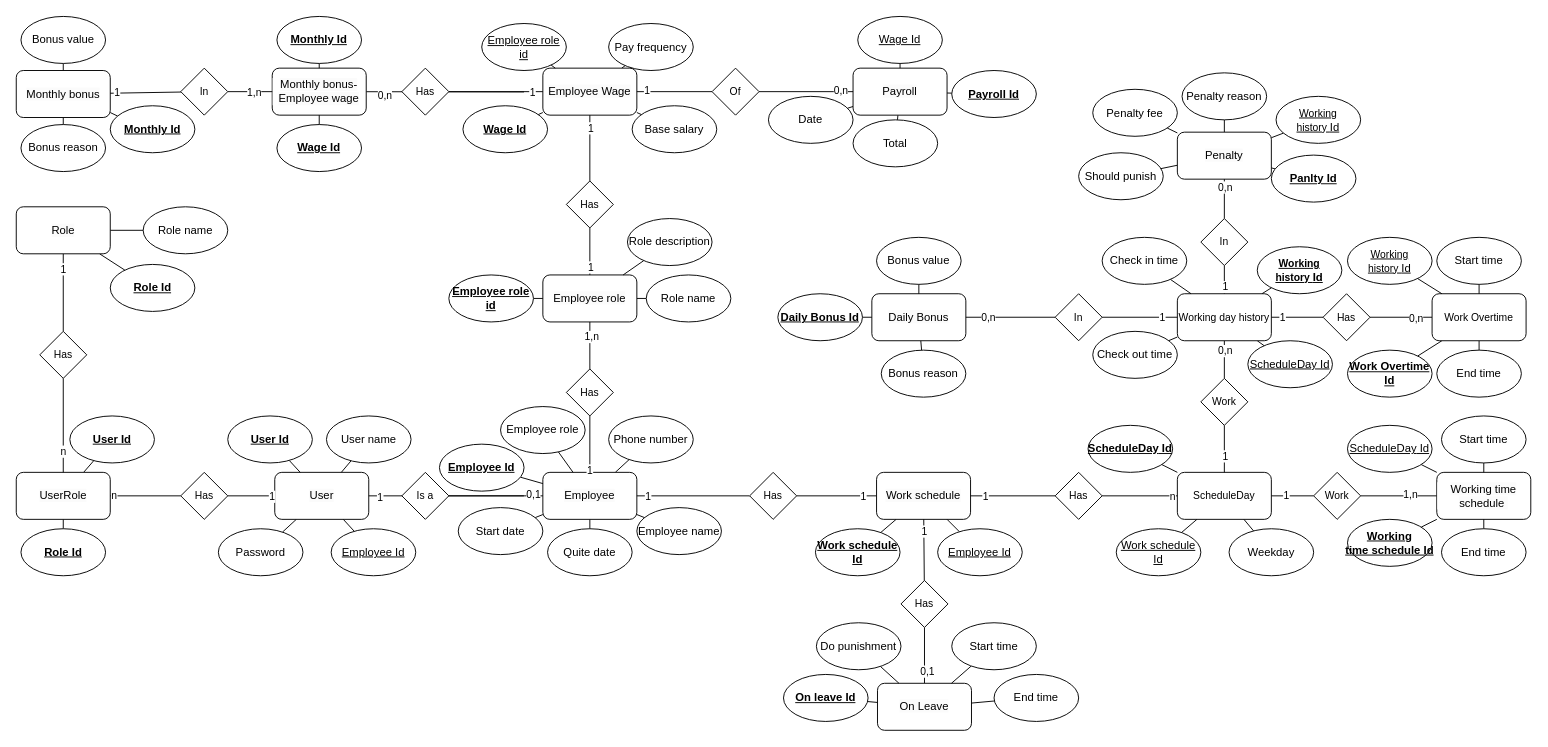
HoangDepTraiBoDoiThe/EmployeeManagement keeps this draw.io diagram as Doc/ER.drawio. Above is the earlier version. Source tidied: cells renumbered, new cells numbered last; positions are measured from the earlier drawing's top-left corner, leaving out a move shared by most shapes. Both pictures are drawn from the tidied source at 94%, with x=0, y=0 at pixel (16, 16).
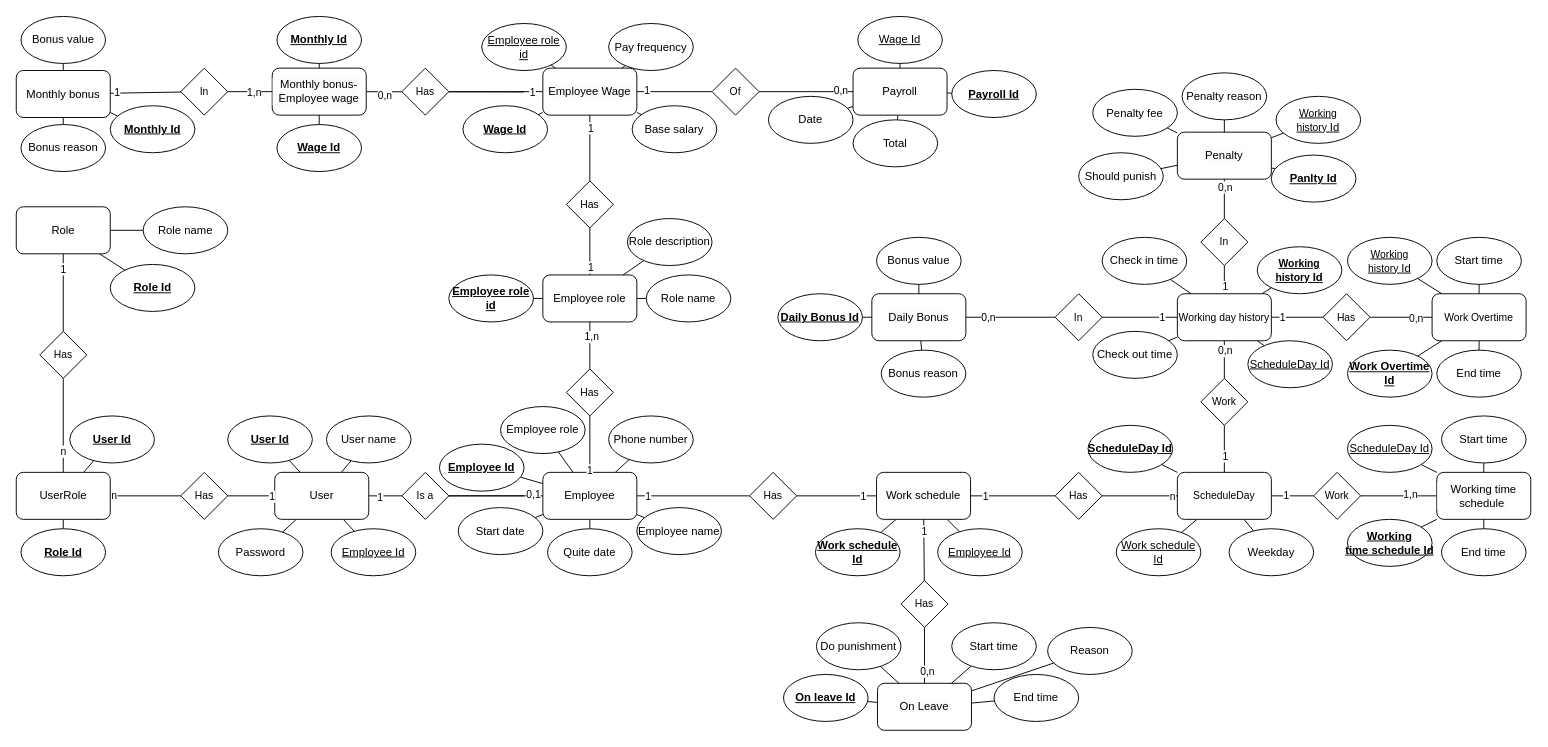
After the change.

Unchanged cells that the change refers to:
```xml
<mxCell id="163" style="edgeStyle=none;shape=connector;rounded=0;jettySize=auto;html=1;strokeColor=default;align=center;verticalAlign=middle;fontFamily=Helvetica;fontSize=11;fontColor=default;labelBackgroundColor=default;endArrow=none;endFill=0;" parent="1" edge="1" source="176" target="166">
  <mxGeometry relative="1" as="geometry" />
</mxCell>
<mxCell id="166" value="&lt;span style=&quot;font-size: 12px; background-color: rgb(251, 251, 251);&quot;&gt;On Leave&lt;/span&gt;" style="rounded=1;whiteSpace=wrap;html=1;fontFamily=Helvetica;fontSize=11;fontColor=default;labelBackgroundColor=default;" parent="1" vertex="1">
  <mxGeometry x="916" y="709.4" width="100" height="50" as="geometry" />
</mxCell>
```

Diff of the diagram source:
```diff
@@
-    <mxCell id="164" value="0,1" style="edgeLabel;html=1;align=center;verticalAlign=middle;fontFamily=Helvetica;fontSize=11;fontColor=default;labelBackgroundColor=default;" parent="163" vertex="1">
+    <mxCell id="164" value="0,n" style="edgeLabel;html=1;align=center;verticalAlign=middle;fontFamily=Helvetica;fontSize=11;fontColor=default;labelBackgroundColor=default;" parent="163" vertex="1">
       <mxGeometry x="0.54" y="2" relative="1" as="geometry" />
     </mxCell>
@@
+    <mxCell id="217" style="edgeStyle=none;shape=connector;rounded=0;jettySize=auto;html=1;strokeColor=default;align=center;verticalAlign=middle;fontFamily=Helvetica;fontSize=11;fontColor=default;labelBackgroundColor=default;endArrow=none;endFill=0;" parent="1" edge="1" source="218" target="166">
+      <mxGeometry relative="1" as="geometry" />
+    </mxCell>
+    <mxCell id="218" value="Reason" style="ellipse;whiteSpace=wrap;html=1;fontStyle=0;" parent="1" vertex="1">
+      <mxGeometry x="1097" y="650" width="90" height="50" as="geometry" />
+    </mxCell>
```
